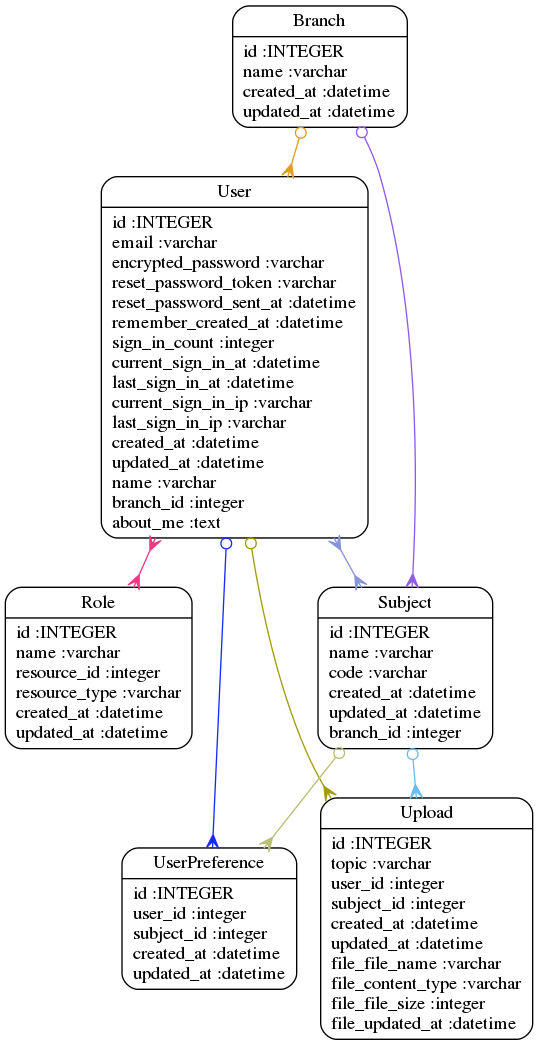
Above: models.png in jay2452/letshareit (Graphviz), before the change. Its source is kept beside it as models.dot. Source of this version:
```dot
digraph models_diagram {
	graph[overlap=false, splines=true, bgcolor="none"]
	"User" [shape=Mrecord, label="{User|id :INTEGER\lemail :varchar\lencrypted_password :varchar\lreset_password_token :varchar\lreset_password_sent_at :datetime\lremember_created_at :datetime\lsign_in_count :integer\lcurrent_sign_in_at :datetime\llast_sign_in_at :datetime\lcurrent_sign_in_ip :varchar\llast_sign_in_ip :varchar\lcreated_at :datetime\lupdated_at :datetime\lname :varchar\lbranch_id :integer\labout_me :text\l}"]
	"Upload" [shape=Mrecord, label="{Upload|id :INTEGER\ltopic :varchar\luser_id :integer\lsubject_id :integer\lcreated_at :datetime\lupdated_at :datetime\lfile_file_name :varchar\lfile_content_type :varchar\lfile_file_size :integer\lfile_updated_at :datetime\l}"]
	"Subject" [shape=Mrecord, label="{Subject|id :INTEGER\lname :varchar\lcode :varchar\lcreated_at :datetime\lupdated_at :datetime\lbranch_id :integer\l}"]
	"Branch" [shape=Mrecord, label="{Branch|id :INTEGER\lname :varchar\lcreated_at :datetime\lupdated_at :datetime\l}"]
	"UserPreference" [shape=Mrecord, label="{UserPreference|id :INTEGER\luser_id :integer\lsubject_id :integer\lcreated_at :datetime\lupdated_at :datetime\l}"]
	"Role" [shape=Mrecord, label="{Role|id :INTEGER\lname :varchar\lresource_id :integer\lresource_type :varchar\lcreated_at :datetime\lupdated_at :datetime\l}"]
	"User" -> "Role" [arrowtail=crow, arrowhead=crow, dir=both color="#F43685"]
	"User" -> "Upload" [arrowtail=odot, arrowhead=crow, dir=both color="#A39B09"]
	"User" -> "UserPreference" [arrowtail=odot, arrowhead=crow, dir=both color="#1829FC"]
	"User" -> "Subject" [arrowtail=crow, arrowhead=crow, dir=both color="#8694DC"]
	"Subject" -> "Upload" [arrowtail=odot, arrowhead=crow, dir=both color="#65BDF2"]
	"Subject" -> "UserPreference" [arrowtail=odot, arrowhead=crow, dir=both color="#B9BE75"]
	"Branch" -> "User" [arrowtail=odot, arrowhead=crow, dir=both color="#E09D1E"]
	"Branch" -> "Subject" [arrowtail=odot, arrowhead=crow, dir=both color="#905BEA"]
}
```
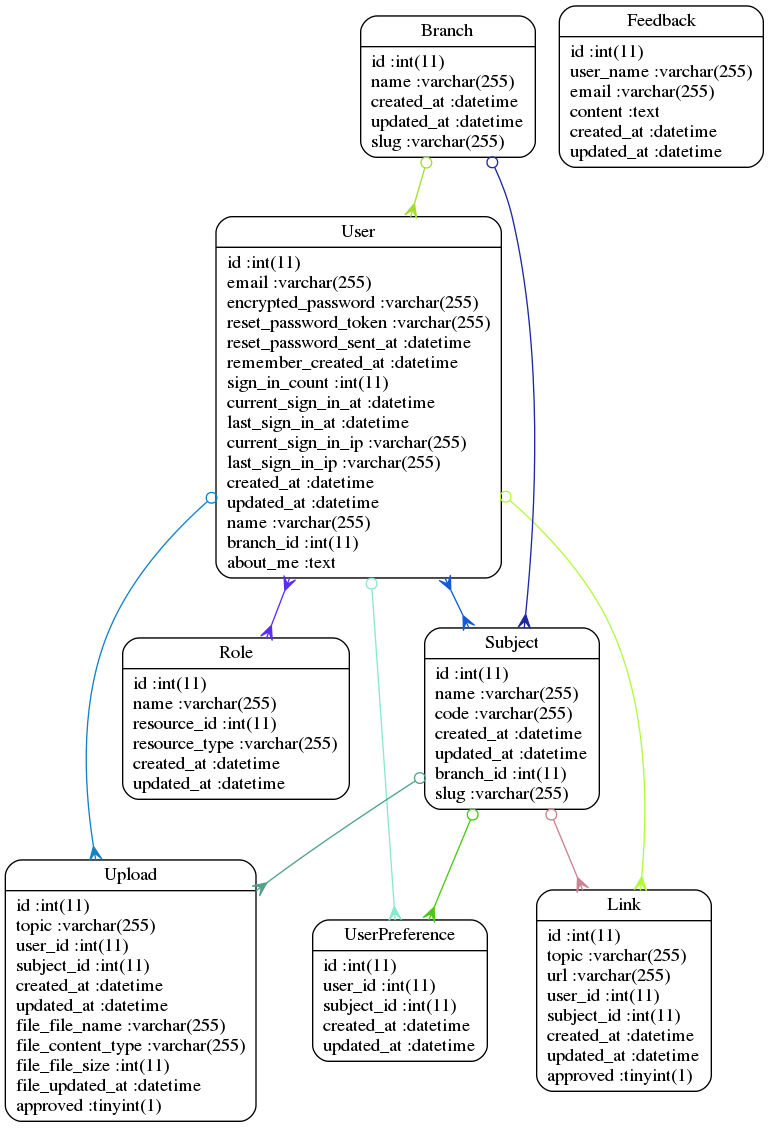
The same diagram one commit later.

What changed in the source:
```diff
@@ -1,17 +1,21 @@
 digraph models_diagram {
 	graph[overlap=false, splines=true, bgcolor="none"]
-	"User" [shape=Mrecord, label="{User|id :INTEGER\lemail :varchar\lencrypted_password :varchar\lreset_password_token :varchar\lreset_password_sent_at :datetime\lremember_created_at :datetime\lsign_in_count :integer\lcurrent_sign_in_at :datetime\llast_sign_in_at :datetime\lcurrent_sign_in_ip :varchar\llast_sign_in_ip :varchar\lcreated_at :datetime\lupdated_at :datetime\lname :varchar\lbranch_id :integer\labout_me :text\l}"]
-	"Upload" [shape=Mrecord, label="{Upload|id :INTEGER\ltopic :varchar\luser_id :integer\lsubject_id :integer\lcreated_at :datetime\lupdated_at :datetime\lfile_file_name :varchar\lfile_content_type :varchar\lfile_file_size :integer\lfile_updated_at :datetime\l}"]
-	"Subject" [shape=Mrecord, label="{Subject|id :INTEGER\lname :varchar\lcode :varchar\lcreated_at :datetime\lupdated_at :datetime\lbranch_id :integer\l}"]
-	"Branch" [shape=Mrecord, label="{Branch|id :INTEGER\lname :varchar\lcreated_at :datetime\lupdated_at :datetime\l}"]
-	"UserPreference" [shape=Mrecord, label="{UserPreference|id :INTEGER\luser_id :integer\lsubject_id :integer\lcreated_at :datetime\lupdated_at :datetime\l}"]
-	"Role" [shape=Mrecord, label="{Role|id :INTEGER\lname :varchar\lresource_id :integer\lresource_type :varchar\lcreated_at :datetime\lupdated_at :datetime\l}"]
-	"User" -> "Role" [arrowtail=crow, arrowhead=crow, dir=both color="#F43685"]
-	"User" -> "Upload" [arrowtail=odot, arrowhead=crow, dir=both color="#A39B09"]
-	"User" -> "UserPreference" [arrowtail=odot, arrowhead=crow, dir=both color="#1829FC"]
-	"User" -> "Subject" [arrowtail=crow, arrowhead=crow, dir=both color="#8694DC"]
-	"Subject" -> "Upload" [arrowtail=odot, arrowhead=crow, dir=both color="#65BDF2"]
-	"Subject" -> "UserPreference" [arrowtail=odot, arrowhead=crow, dir=both color="#B9BE75"]
-	"Branch" -> "User" [arrowtail=odot, arrowhead=crow, dir=both color="#E09D1E"]
-	"Branch" -> "Subject" [arrowtail=odot, arrowhead=crow, dir=both color="#905BEA"]
+	"User" [shape=Mrecord, label="{User|id :int(11)\lemail :varchar(255)\lencrypted_password :varchar(255)\lreset_password_token :varchar(255)\lreset_password_sent_at :datetime\lremember_created_at :datetime\lsign_in_count :int(11)\lcurrent_sign_in_at :datetime\llast_sign_in_at :datetime\lcurrent_sign_in_ip :varchar(255)\llast_sign_in_ip :varchar(255)\lcreated_at :datetime\lupdated_at :datetime\lname :varchar(255)\lbranch_id :int(11)\labout_me :text\l}"]
+	"Upload" [shape=Mrecord, label="{Upload|id :int(11)\ltopic :varchar(255)\luser_id :int(11)\lsubject_id :int(11)\lcreated_at :datetime\lupdated_at :datetime\lfile_file_name :varchar(255)\lfile_content_type :varchar(255)\lfile_file_size :int(11)\lfile_updated_at :datetime\lapproved :tinyint(1)\l}"]
+	"Subject" [shape=Mrecord, label="{Subject|id :int(11)\lname :varchar(255)\lcode :varchar(255)\lcreated_at :datetime\lupdated_at :datetime\lbranch_id :int(11)\lslug :varchar(255)\l}"]
+	"Link" [shape=Mrecord, label="{Link|id :int(11)\ltopic :varchar(255)\lurl :varchar(255)\luser_id :int(11)\lsubject_id :int(11)\lcreated_at :datetime\lupdated_at :datetime\lapproved :tinyint(1)\l}"]
+	"Branch" [shape=Mrecord, label="{Branch|id :int(11)\lname :varchar(255)\lcreated_at :datetime\lupdated_at :datetime\lslug :varchar(255)\l}"]
+	"UserPreference" [shape=Mrecord, label="{UserPreference|id :int(11)\luser_id :int(11)\lsubject_id :int(11)\lcreated_at :datetime\lupdated_at :datetime\l}"]
+	"Role" [shape=Mrecord, label="{Role|id :int(11)\lname :varchar(255)\lresource_id :int(11)\lresource_type :varchar(255)\lcreated_at :datetime\lupdated_at :datetime\l}"]
+	"Feedback" [shape=Mrecord, label="{Feedback|id :int(11)\luser_name :varchar(255)\lemail :varchar(255)\lcontent :text\lcreated_at :datetime\lupdated_at :datetime\l}"]
+	"User" -> "Role" [arrowtail=crow, arrowhead=crow, dir=both color="#592CFE"]
+	"User" -> "Upload" [arrowtail=odot, arrowhead=crow, dir=both color="#1282C5"]
+	"User" -> "UserPreference" [arrowtail=odot, arrowhead=crow, dir=both color="#87E9CE"]
+	"User" -> "Subject" [arrowtail=crow, arrowhead=crow, dir=both color="#105BD9"]
+	"User" -> "Link" [arrowtail=odot, arrowhead=crow, dir=both color="#B1FA3D"]
+	"Subject" -> "Upload" [arrowtail=odot, arrowhead=crow, dir=both color="#52A08D"]
+	"Subject" -> "Link" [arrowtail=odot, arrowhead=crow, dir=both color="#CB8291"]
+	"Subject" -> "UserPreference" [arrowtail=odot, arrowhead=crow, dir=both color="#4AC917"]
+	"Branch" -> "User" [arrowtail=odot, arrowhead=crow, dir=both color="#A3DC36"]
+	"Branch" -> "Subject" [arrowtail=odot, arrowhead=crow, dir=both color="#1C28A4"]
 }
```
